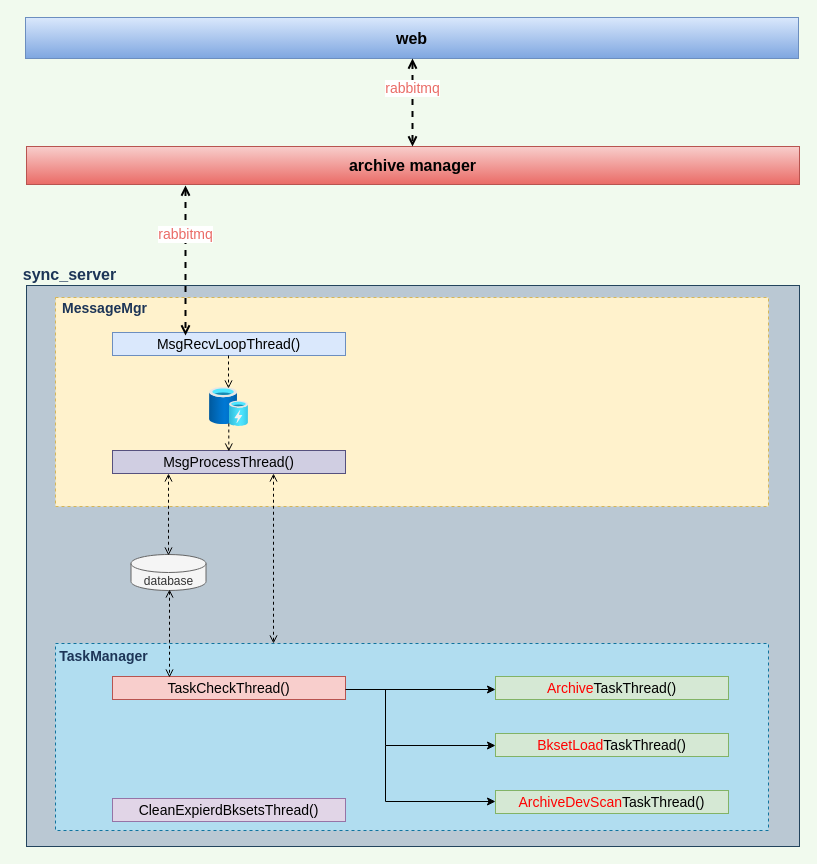
Earlier version of the draw.io diagram page "线程关系图" (3 of 10) of 02-unary_work/01-黑方6.8版本归档模块/归档服务模块sync_server原理图.drawio (chenzhaoguo/UML). Source tidied: cells renumbered, new cells numbered last; positions are measured from the earlier drawing's top-left corner, leaving out a move shared by most shapes. Both pictures are drawn from the tidied source at 100%, with x=0, y=0 at pixel (17, 17).
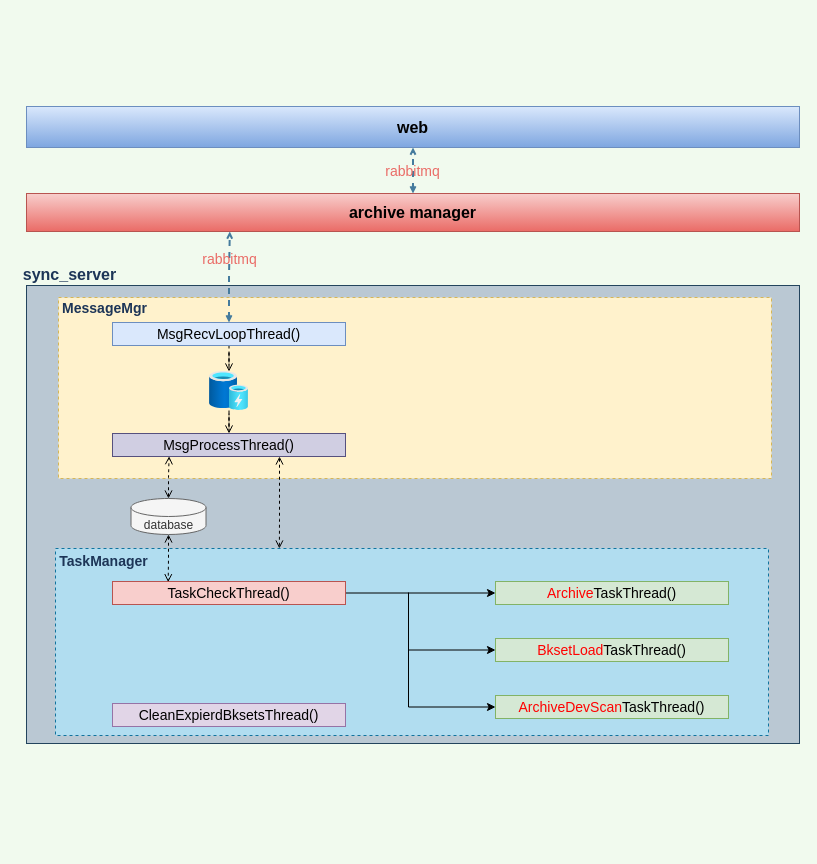
After the change.

What changed in the source:
```diff
@@
     <mxCell id="2" style="rounded=0;whiteSpace=wrap;html=1;sketch=0;fillColor=#bac8d3;strokeColor=#23445d;" parent="1" vertex="1">
-      <mxGeometry x="9" y="268" width="773" height="561" as="geometry" />
+      <mxGeometry x="9" y="268" width="773" height="458" as="geometry" />
     </mxCell>
     <mxCell id="3" style="rounded=0;whiteSpace=wrap;html=1;sketch=0;strokeColor=#d6b656;fillColor=#fff2cc;dashed=1;strokeWidth=1;" parent="1" vertex="1">
-      <mxGeometry x="38" y="280" width="713" height="209" as="geometry" />
+      <mxGeometry x="41" y="280" width="713" height="181" as="geometry" />
     </mxCell>
     <mxCell id="4" style="rounded=0;whiteSpace=wrap;html=1;sketch=0;strokeColor=#10739e;fillColor=#b1ddf0;dashed=1;strokeWidth=1;" parent="1" vertex="1">
-      <mxGeometry x="38" y="626" width="713" height="187" as="geometry" />
+      <mxGeometry x="38" y="531" width="713" height="187" as="geometry" />
     </mxCell>
@@
+    <mxCell id="31" style="edgeStyle=orthogonalEdgeStyle;rounded=0;jettySize=auto;html=1;dashed=1;strokeWidth=1;startArrow=none;startFill=0;endArrow=open;endFill=0;" parent="1" edge="1" source="6" target="28">
+      <mxGeometry relative="1" as="geometry" />
+    </mxCell>
+    <mxCell id="32" style="edgeStyle=orthogonalEdgeStyle;rounded=0;jettySize=auto;html=1;entryX=0.263;entryY=1;entryDx=0;entryDy=0;entryPerimeter=0;dashed=1;strokeColor=#457B9D;strokeWidth=2;fontSize=14;fontColor=#EA6B66;startArrow=open;startFill=0;endArrow=open;endFill=0;startSize=3;endSize=3;fillColor=#A8DADC;" parent="1" edge="1" source="6" target="7">
+      <mxGeometry relative="1" as="geometry" />
+    </mxCell>
     <mxCell id="6" value="MsgRecvLoopThread()" style="rounded=0;whiteSpace=wrap;html=1;sketch=0;strokeColor=#6c8ebf;fillColor=#dae8fc;fontSize=14;" parent="1" vertex="1">
-      <mxGeometry x="95" y="315" width="233" height="23" as="geometry" />
+      <mxGeometry x="95" y="305" width="233" height="23" as="geometry" />
     </mxCell>
+    <mxCell id="33" style="edgeStyle=orthogonalEdgeStyle;rounded=0;jettySize=auto;html=1;entryX=0.5;entryY=1;entryDx=0;entryDy=0;dashed=1;strokeColor=#457B9D;strokeWidth=2;fontSize=14;fontColor=#FF3333;startArrow=open;startFill=0;endArrow=open;endFill=0;startSize=3;endSize=3;fillColor=#A8DADC;" parent="1" edge="1" source="7" target="23">
+      <mxGeometry relative="1" as="geometry" />
+    </mxCell>
     <mxCell id="7" value="archive manager" style="rounded=0;whiteSpace=wrap;html=1;sketch=0;strokeColor=#b85450;fillColor=#f8cecc;fontSize=16;gradientColor=#ea6b66;fontStyle=1;" parent="1" vertex="1">
-      <mxGeometry x="9" y="129" width="773" height="38" as="geometry" />
+      <mxGeometry x="9" y="176" width="773" height="38" as="geometry" />
     </mxCell>
-    <mxCell id="8" style="endArrow=open;html=1;rounded=0;sketch=0;fontColor=#1D3557;strokeColor=#000000;fillColor=#6a00ff;elbow=vertical;startArrow=open;startFill=0;endFill=0;dashed=1;strokeWidth=2;" parent="1" edge="1">
-      <mxGeometry relative="1" as="geometry">
-        <mxPoint x="168" y="168" as="sourcePoint" />
-        <mxPoint x="168" y="318" as="targetPoint" />
-      </mxGeometry>
-    </mxCell>
-    <mxCell id="9" value="rabbitmq" style="edgeLabel;html=1;align=center;verticalAlign=middle;fontSize=14;fontColor=#EA6B66;rounded=0;" parent="8" vertex="1">
-      <mxGeometry x="-0.37" y="-1" relative="1" as="geometry">
-        <mxPoint y="1" as="offset" />
-      </mxGeometry>
-    </mxCell>
+    <mxCell id="34" style="edgeStyle=orthogonalEdgeStyle;rounded=0;jettySize=auto;html=1;strokeWidth=1;startArrow=none;startFill=0;endArrow=classic;endFill=1;" parent="1" edge="1" source="10" target="17">
+      <mxGeometry relative="1" as="geometry" />
+    </mxCell>
+    <mxCell id="35" style="edgeStyle=orthogonalEdgeStyle;rounded=0;jettySize=auto;html=1;entryX=0;entryY=0.5;entryDx=0;entryDy=0;strokeWidth=1;startArrow=none;startFill=0;endArrow=classic;endFill=1;" parent="1" edge="1" target="18">
+      <mxGeometry relative="1" as="geometry">
+        <mxPoint x="391" y="575" as="sourcePoint" />
+        <Array as="points">
+          <mxPoint x="391" y="575" />
+          <mxPoint x="391" y="633" />
+        </Array>
+      </mxGeometry>
+    </mxCell>
     <mxCell id="10" value="TaskCheckThread()" style="rounded=0;whiteSpace=wrap;html=1;sketch=0;strokeColor=#b85450;fillColor=#f8cecc;fontSize=14;" parent="1" vertex="1">
-      <mxGeometry x="95" y="659" width="233" height="23" as="geometry" />
+      <mxGeometry x="95" y="564" width="233" height="23" as="geometry" />
     </mxCell>
     <mxCell id="11" value="CleanExpierdBksetsThread()" style="rounded=0;whiteSpace=wrap;html=1;sketch=0;strokeColor=#9673a6;fillColor=#e1d5e7;fontSize=14;" parent="1" vertex="1">
-      <mxGeometry x="95" y="781" width="233" height="23" as="geometry" />
+      <mxGeometry x="95" y="686" width="233" height="23" as="geometry" />
     </mxCell>
+    <mxCell id="36" style="edgeStyle=orthogonalEdgeStyle;rounded=0;jettySize=auto;html=1;entryX=0.243;entryY=0.99;entryDx=0;entryDy=0;dashed=1;strokeWidth=1;startArrow=open;startFill=0;endArrow=open;endFill=0;entryPerimeter=0;" parent="1" edge="1" source="12" target="27">
+      <mxGeometry relative="1" as="geometry" />
+    </mxCell>
+    <mxCell id="37" style="edgeStyle=orthogonalEdgeStyle;rounded=0;jettySize=auto;html=1;entryX=0.239;entryY=0.029;entryDx=0;entryDy=0;entryPerimeter=0;dashed=1;strokeWidth=1;startArrow=open;startFill=0;endArrow=open;endFill=0;" parent="1" edge="1" source="12" target="10">
+      <mxGeometry relative="1" as="geometry" />
+    </mxCell>
     <mxCell id="12" value="&lt;font style=&quot;font-size: 12px;&quot;&gt;database&lt;/font&gt;" style="shape=cylinder3;whiteSpace=wrap;html=1;boundedLbl=1;backgroundOutline=1;size=9.000000000000057;fontSize=14;fillColor=#f5f5f5;strokeColor=#666666;fontColor=#333333;rounded=0;" parent="1" vertex="1">
-      <mxGeometry x="113.5" y="537" width="75" height="36" as="geometry" />
+      <mxGeometry x="113.5" y="481" width="75" height="36" as="geometry" />
     </mxCell>
     <mxCell id="13" value="TaskManager" style="text;html=1;align=center;verticalAlign=middle;strokeColor=none;fillColor=none;fontColor=#1D3557;fontSize=14;fontStyle=1;rounded=0;" parent="1" vertex="1">
-      <mxGeometry x="37" y="628" width="98" height="21" as="geometry" />
+      <mxGeometry x="37" y="533" width="98" height="21" as="geometry" />
     </mxCell>
-    <mxCell id="14" style="endArrow=open;html=1;rounded=0;sketch=0;fontColor=#1D3557;strokeColor=#000000;fillColor=#6a00ff;elbow=vertical;startArrow=open;startFill=0;endFill=0;dashed=1;" parent="1" edge="1">
-      <mxGeometry relative="1" as="geometry">
-        <mxPoint x="151" y="456" as="sourcePoint" />
-        <mxPoint x="151" y="538" as="targetPoint" />
-      </mxGeometry>
-    </mxCell>
-    <mxCell id="15" style="endArrow=open;html=1;rounded=0;sketch=0;fontColor=#1D3557;strokeColor=#000000;fillColor=#6a00ff;elbow=vertical;startArrow=open;startFill=0;endFill=0;dashed=1;" parent="1" edge="1">
-      <mxGeometry relative="1" as="geometry">
-        <mxPoint x="152" y="572" as="sourcePoint" />
-        <mxPoint x="152" y="660" as="targetPoint" />
-      </mxGeometry>
-    </mxCell>
-    <mxCell id="16" style="endArrow=open;html=1;rounded=0;sketch=0;fontColor=#1D3557;strokeColor=#000000;fillColor=#6a00ff;elbow=vertical;startArrow=open;startFill=0;endFill=0;dashed=1;" parent="1" edge="1">
-      <mxGeometry relative="1" as="geometry">
-        <mxPoint x="256" y="456" as="sourcePoint" />
-        <mxPoint x="256" y="626" as="targetPoint" />
-      </mxGeometry>
-    </mxCell>
     <mxCell id="17" value="&lt;font color=&quot;#ff0000&quot;&gt;Archive&lt;/font&gt;TaskThread()" style="rounded=0;whiteSpace=wrap;html=1;sketch=0;strokeColor=#82b366;fillColor=#d5e8d4;fontSize=14;" parent="1" vertex="1">
-      <mxGeometry x="478" y="659" width="233" height="23" as="geometry" />
+      <mxGeometry x="478" y="564" width="233" height="23" as="geometry" />
     </mxCell>
     <mxCell id="18" value="&lt;font color=&quot;#ff0000&quot;&gt;BksetLoad&lt;/font&gt;TaskThread()" style="rounded=0;whiteSpace=wrap;html=1;sketch=0;strokeColor=#82b366;fillColor=#d5e8d4;fontSize=14;" parent="1" vertex="1">
-      <mxGeometry x="478" y="716" width="233" height="23" as="geometry" />
+      <mxGeometry x="478" y="621" width="233" height="23" as="geometry" />
     </mxCell>
+    <mxCell id="38" style="edgeStyle=orthogonalEdgeStyle;rounded=0;jettySize=auto;html=1;strokeWidth=1;startArrow=classic;startFill=1;endArrow=none;endFill=0;" parent="1" edge="1" source="19">
+      <mxGeometry relative="1" as="geometry">
+        <mxPoint x="391" y="632" as="targetPoint" />
+        <Array as="points">
+          <mxPoint x="391" y="689" />
+        </Array>
+      </mxGeometry>
+    </mxCell>
     <mxCell id="19" value="&lt;font color=&quot;#ff0000&quot;&gt;ArchiveDevScan&lt;/font&gt;TaskThread()" style="rounded=0;whiteSpace=wrap;html=1;sketch=0;strokeColor=#82b366;fillColor=#d5e8d4;fontSize=14;" parent="1" vertex="1">
-      <mxGeometry x="478" y="773" width="233" height="23" as="geometry" />
+      <mxGeometry x="478" y="678" width="233" height="23" as="geometry" />
     </mxCell>
-    <mxCell id="20" style="endArrow=classic;html=1;rounded=0;sourcePerimeterSpacing=0;strokeColor=#000000;fontSize=14;fontColor=#FF0000;endFill=1;" parent="1" edge="1">
-      <mxGeometry relative="1" as="geometry">
-        <mxPoint x="328" y="672" as="sourcePoint" />
-        <mxPoint x="478" y="672" as="targetPoint" />
-      </mxGeometry>
-    </mxCell>
-    <mxCell id="21" style="edgeStyle=elbowEdgeStyle;elbow=horizontal;endArrow=classic;html=1;rounded=0;sourcePerimeterSpacing=0;strokeColor=#000000;fontSize=14;fontColor=#FF0000;" parent="1" edge="1">
-      <mxGeometry relative="1" as="geometry">
-        <mxPoint x="368" y="672" as="sourcePoint" />
-        <mxPoint x="478" y="728" as="targetPoint" />
-        <Array as="points">
-          <mxPoint x="368" y="699" />
-        </Array>
-      </mxGeometry>
-    </mxCell>
-    <mxCell id="22" style="edgeStyle=elbowEdgeStyle;elbow=horizontal;endArrow=classic;html=1;rounded=0;sourcePerimeterSpacing=0;strokeColor=#000000;fontSize=14;fontColor=#FF0000;" parent="1" edge="1">
-      <mxGeometry relative="1" as="geometry">
-        <mxPoint x="368" y="728" as="sourcePoint" />
-        <mxPoint x="478" y="784" as="targetPoint" />
-        <Array as="points">
-          <mxPoint x="368" y="755" />
-        </Array>
-      </mxGeometry>
-    </mxCell>
     <mxCell id="23" value="web" style="rounded=0;whiteSpace=wrap;html=1;sketch=0;strokeColor=#6c8ebf;fillColor=#dae8fc;fontSize=16;gradientColor=#7ea6e0;fontStyle=1;" parent="1" vertex="1">
-      <mxGeometry x="8" width="773" height="41" as="geometry" />
+      <mxGeometry x="9" y="89" width="773" height="41" as="geometry" />
     </mxCell>
-    <mxCell id="24" style="endArrow=open;html=1;rounded=0;sketch=0;fontColor=#1D3557;strokeColor=#000000;fillColor=#6a00ff;elbow=vertical;startArrow=open;startFill=0;endFill=0;dashed=1;strokeWidth=2;" parent="1" edge="1">
-      <mxGeometry relative="1" as="geometry">
-        <mxPoint x="395" y="41" as="sourcePoint" />
-        <mxPoint x="395" y="129" as="targetPoint" />
-      </mxGeometry>
-    </mxCell>
-    <mxCell id="25" value="rabbitmq" style="edgeLabel;html=1;align=center;verticalAlign=middle;fontSize=14;fontColor=#EA6B66;rounded=0;" parent="24" vertex="1">
-      <mxGeometry x="-0.37" y="-1" relative="1" as="geometry">
-        <mxPoint y="1" as="offset" />
-      </mxGeometry>
-    </mxCell>
@@
+    <mxCell id="39" style="edgeStyle=orthogonalEdgeStyle;rounded=0;jettySize=auto;html=1;entryX=0.314;entryY=0;entryDx=0;entryDy=0;entryPerimeter=0;dashed=1;strokeWidth=1;startArrow=open;startFill=0;endArrow=open;endFill=0;" parent="1" edge="1" source="27" target="4">
+      <mxGeometry relative="1" as="geometry">
+        <Array as="points">
+          <mxPoint x="262" y="502" />
+          <mxPoint x="262" y="502" />
+        </Array>
+      </mxGeometry>
+    </mxCell>
     <mxCell id="27" value="MsgProcessThread()" style="rounded=0;whiteSpace=wrap;html=1;sketch=0;strokeColor=#56517e;fillColor=#d0cee2;fontSize=14;" parent="1" vertex="1">
-      <mxGeometry x="95" y="433" width="233" height="23" as="geometry" />
+      <mxGeometry x="95" y="416" width="233" height="23" as="geometry" />
     </mxCell>
+    <mxCell id="40" style="edgeStyle=orthogonalEdgeStyle;rounded=0;jettySize=auto;html=1;entryX=0.5;entryY=0;entryDx=0;entryDy=0;dashed=1;strokeWidth=1;startArrow=none;startFill=0;endArrow=open;endFill=0;" parent="1" edge="1" source="28" target="27">
+      <mxGeometry relative="1" as="geometry" />
+    </mxCell>
     <mxCell id="28" style="html=1;points=[];align=center;image;fontSize=12;image=img/lib/azure2/general/Cache.svg;rounded=0;" parent="1" vertex="1">
-      <mxGeometry x="192" y="370" width="39" height="39" as="geometry" />
+      <mxGeometry x="192" y="354" width="39" height="39" as="geometry" />
     </mxCell>
-    <mxCell id="29" style="endArrow=open;html=1;rounded=0;sketch=0;fontColor=#1D3557;strokeColor=#000000;fillColor=#6a00ff;elbow=vertical;startArrow=none;startFill=0;endFill=0;dashed=1;" parent="1" edge="1">
-      <mxGeometry relative="1" as="geometry">
-        <mxPoint x="211" y="338" as="sourcePoint" />
-        <mxPoint x="211" y="371" as="targetPoint" />
-      </mxGeometry>
-    </mxCell>
-    <mxCell id="30" style="endArrow=open;html=1;rounded=0;sketch=0;fontColor=#1D3557;strokeColor=#000000;fillColor=#6a00ff;elbow=vertical;startArrow=none;startFill=0;endFill=0;dashed=1;" parent="1" edge="1">
-      <mxGeometry relative="1" as="geometry">
-        <mxPoint x="211.3" y="406" as="sourcePoint" />
-        <mxPoint x="211.3" y="434" as="targetPoint" />
-      </mxGeometry>
-    </mxCell>
+    <mxCell id="41" value="rabbitmq" style="text;html=1;align=center;verticalAlign=middle;strokeColor=none;fillColor=none;fontSize=14;fontColor=#EA6B66;" parent="1" vertex="1">
+      <mxGeometry x="358.5" y="139" width="72" height="29" as="geometry" />
+    </mxCell>
+    <mxCell id="42" value="rabbitmq" style="text;html=1;align=center;verticalAlign=middle;strokeColor=none;fillColor=none;fontSize=14;fontColor=#EA6B66;" parent="1" vertex="1">
+      <mxGeometry x="175.5" y="227" width="72" height="29" as="geometry" />
+    </mxCell>
```
